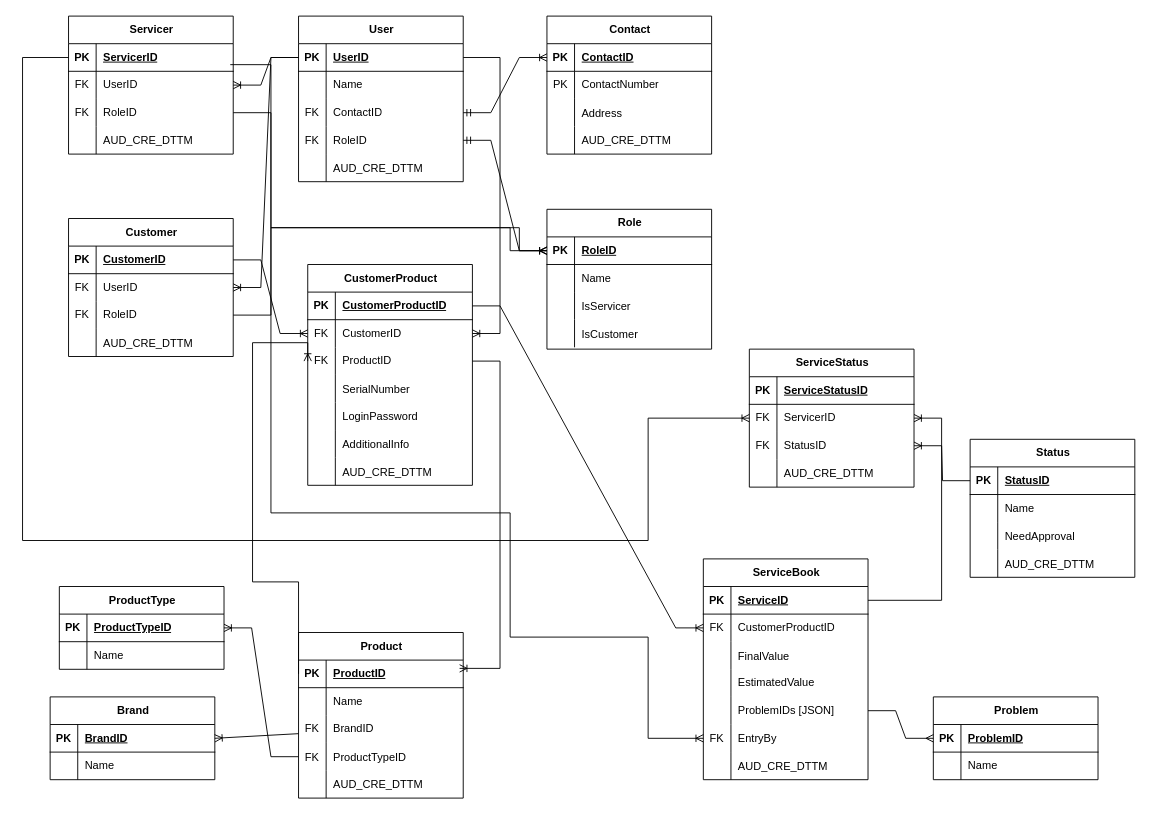
phandavinci/laptop-service-management keeps this draw.io diagram as docs/laptop-service-management-data-model.drawio. Above is the earlier version. Source tidied: cells renumbered, new cells numbered last; positions are measured from the earlier drawing's top-left corner, leaving out a move shared by most shapes. Both pictures are drawn from the tidied source at 92%, with x=0, y=0 at pixel (22, 16).
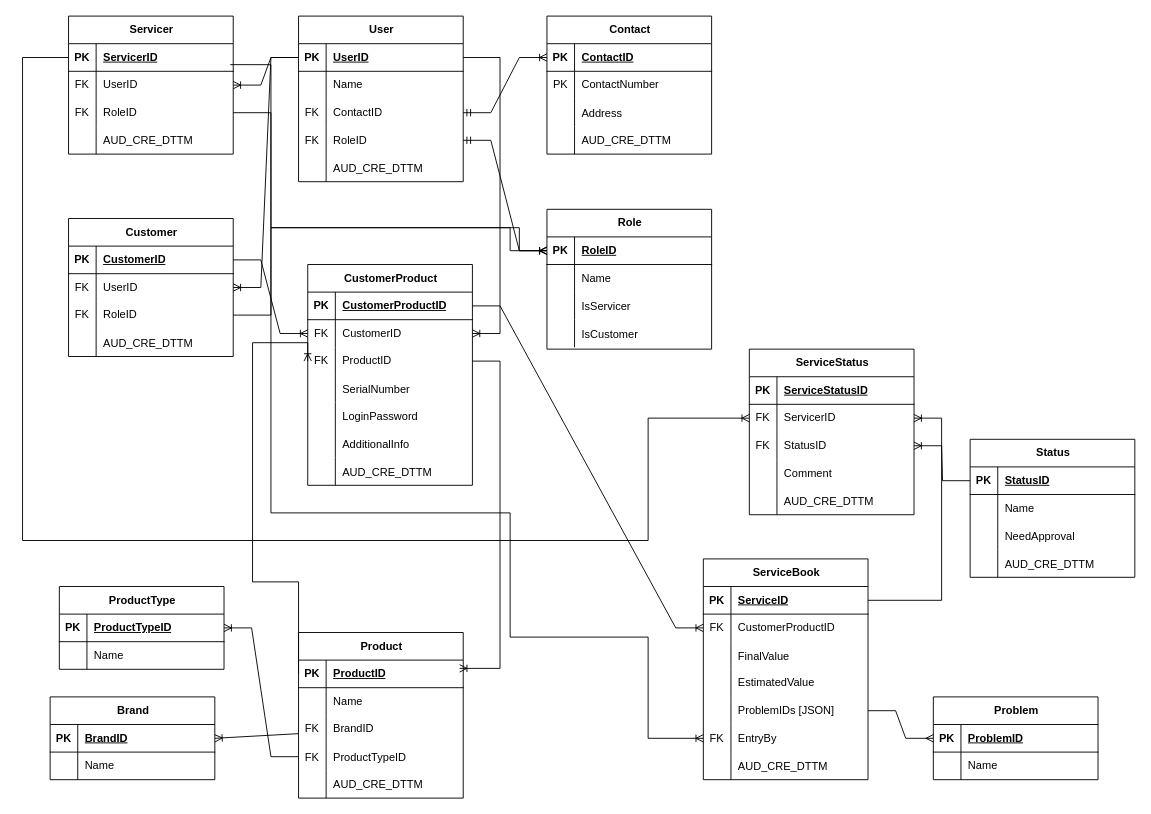
The same page after the edit.

What changed in the source:
```diff
@@
     <mxCell id="133" value="ServiceStatus" style="shape=table;startSize=30;childLayout=tableLayout;rowLines=0;fontStyle=1;align=center;html=1;" parent="1" vertex="1">
-      <mxGeometry x="790" y="362" width="179" height="150" as="geometry" />
+      <mxGeometry x="790" y="362" width="179" height="180" as="geometry" />
     </mxCell>
@@
+    <mxCell id="195" style="shape=tableRow;horizontal=0;startSize=0;swimlaneHead=0;swimlaneBody=0;fillColor=none;top=0;left=0;right=0;bottom=0;" parent="133" vertex="1">
+      <mxGeometry y="120" width="179" height="30" as="geometry" />
+    </mxCell>
+    <mxCell id="196" style="shape=partialRectangle;fillColor=none;top=0;left=0;bottom=0;right=0;overflow=hidden;" parent="195" vertex="1">
+      <mxGeometry width="30" height="30" as="geometry" />
+    </mxCell>
+    <mxCell id="197" value="Comment" style="shape=partialRectangle;fillColor=none;top=0;left=0;bottom=0;right=0;align=left;spacingLeft=6;overflow=hidden;" parent="195" vertex="1">
+      <mxGeometry x="30" width="149" height="30" as="geometry" />
+    </mxCell>
     <mxCell id="143" style="shape=tableRow;horizontal=0;startSize=0;swimlaneHead=0;swimlaneBody=0;fillColor=none;top=0;left=0;right=0;bottom=0;" parent="133" vertex="1">
-      <mxGeometry y="120" width="179" height="30" as="geometry" />
+      <mxGeometry y="150" width="179" height="30" as="geometry" />
     </mxCell>
```
